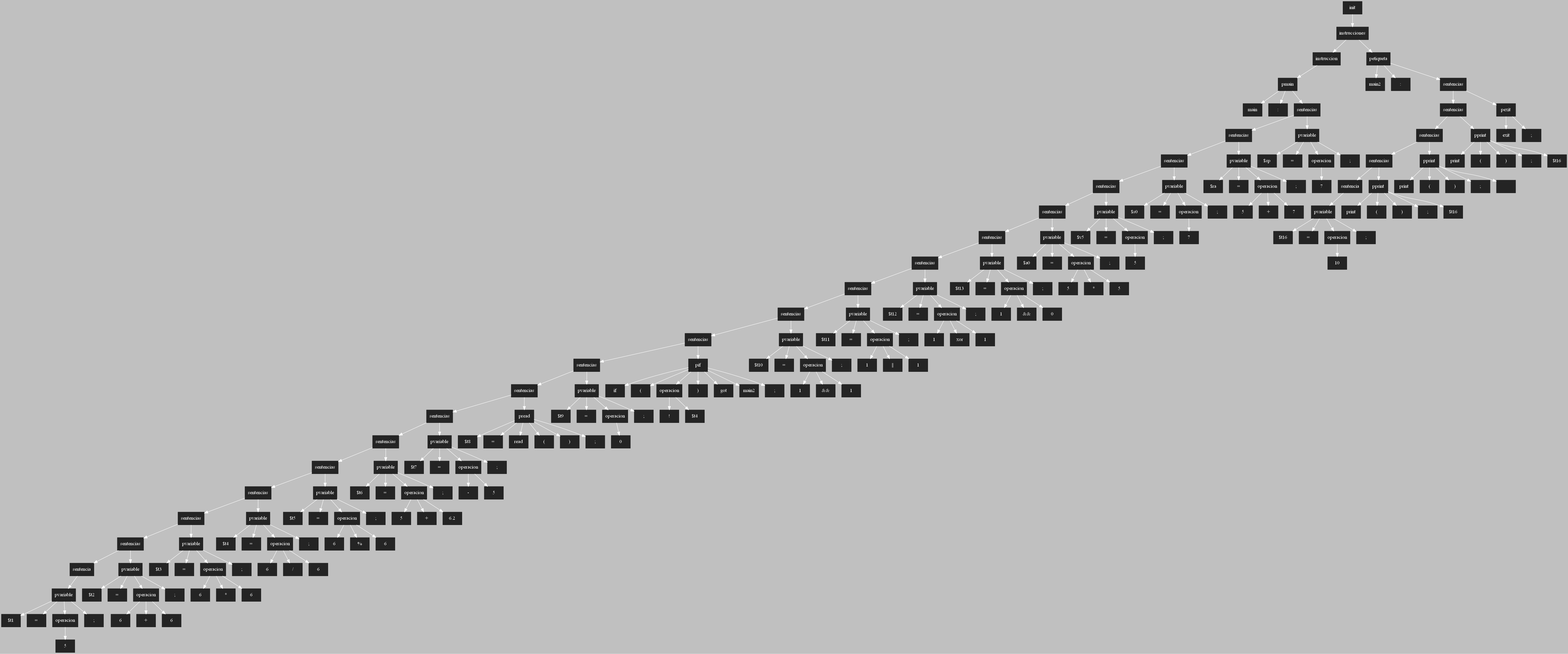
AndreeAvalos/OLC2-AUGUS keeps this Graphviz diagram as ASPAscendente.png. Above is the earlier version. Its source is kept beside it as ASPAscendente.dot.
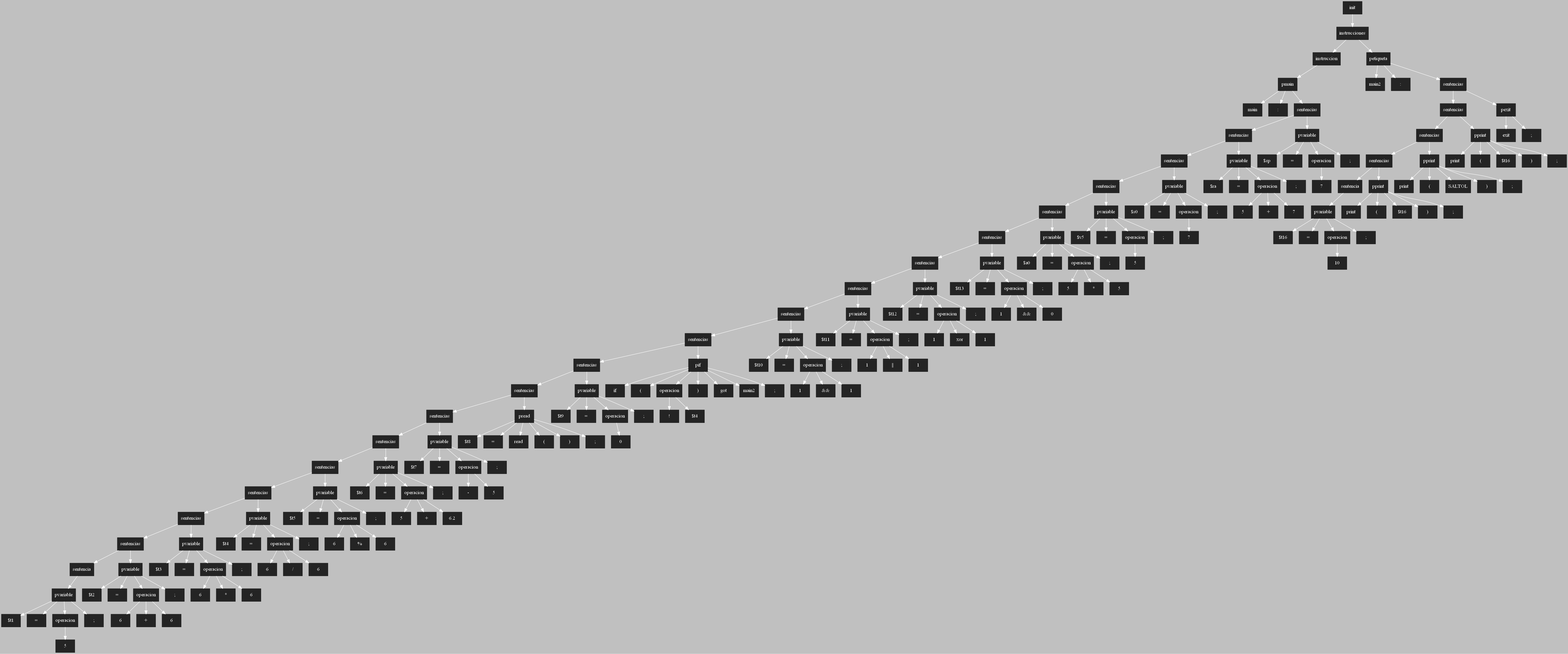
After the change.

What changed in the source:
```diff
@@ -3,408 +3,408 @@
  [shape=box, style=filled, color=gray14]
  rankdir=UD
  edge[color=white, dir=fordware]
-404[style = "filled" ; label = "init"]
-403[style = "filled" ; label = "instrucciones"]
-367[style = "filled" ; label = "instruccion"]
-364[style = "filled" ; label = "pmain"]
-365[style = "filled" ; label = "main"]
-366[style = "filled" ; label = ":"]
-363[style = "filled" ; label = "sentencias"]
-356[style = "filled" ; label = "sentencias"]
-347[style = "filled" ; label = "sentencias"]
-340[style = "filled" ; label = "sentencias"]
-333[style = "filled" ; label = "sentencias"]
-324[style = "filled" ; label = "sentencias"]
-315[style = "filled" ; label = "sentencias"]
-306[style = "filled" ; label = "sentencias"]
-297[style = "filled" ; label = "sentencias"]
-288[style = "filled" ; label = "sentencias"]
-277[style = "filled" ; label = "sentencias"]
-270[style = "filled" ; label = "sentencias"]
-262[style = "filled" ; label = "sentencias"]
-254[style = "filled" ; label = "sentencias"]
-245[style = "filled" ; label = "sentencias"]
-236[style = "filled" ; label = "sentencias"]
-227[style = "filled" ; label = "sentencias"]
-218[style = "filled" ; label = "sentencias"]
-209[style = "filled" ; label = "sentencia"]
-205[style = "filled" ; label = "pvariable"]
-206[style = "filled" ; label = "$t1"]
-207[style = "filled" ; label = "="]
-204[style = "filled" ; label = "operacion"]
-203[style = "filled" ; label = "5"]
-208[style = "filled" ; label = ";"]
-214[style = "filled" ; label = "pvariable"]
-215[style = "filled" ; label = "$t2"]
-216[style = "filled" ; label = "="]
-212[style = "filled" ; label = "operacion"]
-210[style = "filled" ; label = "6"]
-213[style = "filled" ; label = "+"]
-211[style = "filled" ; label = "6"]
-217[style = "filled" ; label = ";"]
-223[style = "filled" ; label = "pvariable"]
-224[style = "filled" ; label = "$t3"]
-225[style = "filled" ; label = "="]
-221[style = "filled" ; label = "operacion"]
-219[style = "filled" ; label = "6"]
-222[style = "filled" ; label = "*"]
-220[style = "filled" ; label = "6"]
-226[style = "filled" ; label = ";"]
-232[style = "filled" ; label = "pvariable"]
-233[style = "filled" ; label = "$t4"]
-234[style = "filled" ; label = "="]
-230[style = "filled" ; label = "operacion"]
-228[style = "filled" ; label = "6"]
-231[style = "filled" ; label = "/"]
-229[style = "filled" ; label = "6"]
-235[style = "filled" ; label = ";"]
-241[style = "filled" ; label = "pvariable"]
-242[style = "filled" ; label = "$t5"]
-243[style = "filled" ; label = "="]
-239[style = "filled" ; label = "operacion"]
-237[style = "filled" ; label = "6"]
-240[style = "filled" ; label = "%"]
-238[style = "filled" ; label = "6"]
-244[style = "filled" ; label = ";"]
-250[style = "filled" ; label = "pvariable"]
-251[style = "filled" ; label = "$t6"]
-252[style = "filled" ; label = "="]
-248[style = "filled" ; label = "operacion"]
-246[style = "filled" ; label = "5"]
-249[style = "filled" ; label = "+"]
-247[style = "filled" ; label = "6.2"]
-253[style = "filled" ; label = ";"]
-258[style = "filled" ; label = "pvariable"]
-259[style = "filled" ; label = "$t7"]
-260[style = "filled" ; label = "="]
-256[style = "filled" ; label = "operacion"]
-257[style = "filled" ; label = "-"]
-255[style = "filled" ; label = "5"]
-261[style = "filled" ; label = ";"]
-263[style = "filled" ; label = "pread"]
-264[style = "filled" ; label = "$t8"]
-265[style = "filled" ; label = "="]
-266[style = "filled" ; label = "read"]
-267[style = "filled" ; label = "("]
-268[style = "filled" ; label = ")"]
-269[style = "filled" ; label = ";"]
-273[style = "filled" ; label = "pvariable"]
-274[style = "filled" ; label = "$t9"]
-275[style = "filled" ; label = "="]
-272[style = "filled" ; label = "operacion"]
-271[style = "filled" ; label = "0"]
-276[style = "filled" ; label = ";"]
-281[style = "filled" ; label = "pif"]
-282[style = "filled" ; label = "if"]
-283[style = "filled" ; label = "("]
-279[style = "filled" ; label = "operacion"]
-280[style = "filled" ; label = "!"]
-278[style = "filled" ; label = "$t4"]
-284[style = "filled" ; label = ")"]
-285[style = "filled" ; label = "got"]
-286[style = "filled" ; label = "main2"]
-287[style = "filled" ; label = ";"]
-293[style = "filled" ; label = "pvariable"]
-294[style = "filled" ; label = "$t10"]
-295[style = "filled" ; label = "="]
-291[style = "filled" ; label = "operacion"]
-289[style = "filled" ; label = "1"]
-292[style = "filled" ; label = "&&"]
-290[style = "filled" ; label = "1"]
-296[style = "filled" ; label = ";"]
-302[style = "filled" ; label = "pvariable"]
-303[style = "filled" ; label = "$t11"]
-304[style = "filled" ; label = "="]
-300[style = "filled" ; label = "operacion"]
-298[style = "filled" ; label = "1"]
-301[style = "filled" ; label = "||"]
-299[style = "filled" ; label = "1"]
-305[style = "filled" ; label = ";"]
-311[style = "filled" ; label = "pvariable"]
-312[style = "filled" ; label = "$t12"]
-313[style = "filled" ; label = "="]
-309[style = "filled" ; label = "operacion"]
-307[style = "filled" ; label = "1"]
-310[style = "filled" ; label = "xor"]
-308[style = "filled" ; label = "1"]
-314[style = "filled" ; label = ";"]
-320[style = "filled" ; label = "pvariable"]
-321[style = "filled" ; label = "$t13"]
-322[style = "filled" ; label = "="]
-318[style = "filled" ; label = "operacion"]
-316[style = "filled" ; label = "1"]
-319[style = "filled" ; label = "&&"]
-317[style = "filled" ; label = "0"]
-323[style = "filled" ; label = ";"]
-329[style = "filled" ; label = "pvariable"]
-330[style = "filled" ; label = "$a0"]
-331[style = "filled" ; label = "="]
-327[style = "filled" ; label = "operacion"]
-325[style = "filled" ; label = "5"]
-328[style = "filled" ; label = "*"]
-326[style = "filled" ; label = "5"]
-332[style = "filled" ; label = ";"]
-336[style = "filled" ; label = "pvariable"]
-337[style = "filled" ; label = "$v5"]
-338[style = "filled" ; label = "="]
-335[style = "filled" ; label = "operacion"]
-334[style = "filled" ; label = "5"]
-339[style = "filled" ; label = ";"]
-343[style = "filled" ; label = "pvariable"]
-344[style = "filled" ; label = "$s0"]
-345[style = "filled" ; label = "="]
-342[style = "filled" ; label = "operacion"]
-341[style = "filled" ; label = "7"]
-346[style = "filled" ; label = ";"]
-352[style = "filled" ; label = "pvariable"]
-353[style = "filled" ; label = "$ra"]
-354[style = "filled" ; label = "="]
-350[style = "filled" ; label = "operacion"]
-348[style = "filled" ; label = "5"]
-351[style = "filled" ; label = "+"]
-349[style = "filled" ; label = "7"]
-355[style = "filled" ; label = ";"]
-359[style = "filled" ; label = "pvariable"]
-360[style = "filled" ; label = "$sp"]
-361[style = "filled" ; label = "="]
-358[style = "filled" ; label = "operacion"]
-357[style = "filled" ; label = "7"]
-362[style = "filled" ; label = ";"]
-400[style = "filled" ; label = "petiqueta"]
-401[style = "filled" ; label = "main2"]
-402[style = "filled" ; label = ":"]
-399[style = "filled" ; label = "sentencias"]
-395[style = "filled" ; label = "sentencias"]
-388[style = "filled" ; label = "sentencias"]
-381[style = "filled" ; label = "sentencias"]
-374[style = "filled" ; label = "sentencia"]
-370[style = "filled" ; label = "pvariable"]
-371[style = "filled" ; label = "$t16"]
-372[style = "filled" ; label = "="]
-369[style = "filled" ; label = "operacion"]
-368[style = "filled" ; label = "10"]
-373[style = "filled" ; label = ";"]
-375[style = "filled" ; label = "pprint"]
-376[style = "filled" ; label = "print"]
-377[style = "filled" ; label = "("]
-378[style = "filled" ; label = ")"]
-379[style = "filled" ; label = ";"]
-380[style = "filled" ; label = "$t16"]
-382[style = "filled" ; label = "pprint"]
-383[style = "filled" ; label = "print"]
-384[style = "filled" ; label = "("]
-385[style = "filled" ; label = ")"]
-386[style = "filled" ; label = ";"]
-387[style = "filled" ; label = "\n"]
-389[style = "filled" ; label = "pprint"]
-390[style = "filled" ; label = "print"]
-391[style = "filled" ; label = "("]
-392[style = "filled" ; label = ")"]
-393[style = "filled" ; label = ";"]
-394[style = "filled" ; label = "$t16"]
-396[style = "filled" ; label = "pexit"]
-397[style = "filled" ; label = "exit"]
-398[style = "filled" ; label = ";"]
-404->403;
-403->367;
-367->364;
-364->365;
-364->366;
-364->363;
-363->356;
-356->347;
-347->340;
-340->333;
-333->324;
-324->315;
-315->306;
-306->297;
-297->288;
-288->277;
-277->270;
-270->262;
-262->254;
-254->245;
-245->236;
-236->227;
-227->218;
-218->209;
-209->205;
-205->206;
-205->207;
-205->204;
-204->203;
-205->208;
-218->214;
-214->215;
-214->216;
-214->212;
-212->210;
-212->213;
-212->211;
-214->217;
-227->223;
-223->224;
-223->225;
-223->221;
-221->219;
-221->222;
-221->220;
-223->226;
-236->232;
-232->233;
-232->234;
-232->230;
-230->228;
-230->231;
-230->229;
-232->235;
-245->241;
-241->242;
-241->243;
-241->239;
-239->237;
-239->240;
-239->238;
-241->244;
-254->250;
-250->251;
-250->252;
-250->248;
-248->246;
-248->249;
-248->247;
-250->253;
-262->258;
-258->259;
-258->260;
-258->256;
-256->257;
-256->255;
-258->261;
-270->263;
-263->264;
-263->265;
-263->266;
-263->267;
-263->268;
-263->269;
-277->273;
-273->274;
-273->275;
-273->272;
-272->271;
-273->276;
-288->281;
-281->282;
-281->283;
-281->279;
-279->280;
-279->278;
-281->284;
-281->285;
-281->286;
-281->287;
-297->293;
-293->294;
-293->295;
-293->291;
-291->289;
-291->292;
-291->290;
-293->296;
-306->302;
-302->303;
-302->304;
-302->300;
-300->298;
-300->301;
-300->299;
-302->305;
-315->311;
-311->312;
-311->313;
-311->309;
-309->307;
-309->310;
-309->308;
-311->314;
-324->320;
-320->321;
-320->322;
-320->318;
-318->316;
-318->319;
-318->317;
-320->323;
-333->329;
-329->330;
-329->331;
-329->327;
-327->325;
-327->328;
-327->326;
-329->332;
-340->336;
-336->337;
-336->338;
-336->335;
-335->334;
-336->339;
-347->343;
-343->344;
-343->345;
-343->342;
-342->341;
-343->346;
-356->352;
-352->353;
-352->354;
-352->350;
-350->348;
-350->351;
-350->349;
-352->355;
-363->359;
-359->360;
-359->361;
-359->358;
-358->357;
-359->362;
-403->400;
-400->401;
-400->402;
-400->399;
-399->395;
-395->388;
-388->381;
-381->374;
-374->370;
-370->371;
-370->372;
-370->369;
-369->368;
-370->373;
-381->375;
-375->376;
-375->377;
-375->378;
-375->379;
-375->380;
-388->382;
-382->383;
-382->384;
-382->385;
-382->386;
-382->387;
-395->389;
-389->390;
-389->391;
-389->392;
-389->393;
-389->394;
-399->396;
-396->397;
-396->398;
+202[style = "filled" ; label = "init"]
+201[style = "filled" ; label = "instrucciones"]
+165[style = "filled" ; label = "instruccion"]
+162[style = "filled" ; label = "pmain"]
+163[style = "filled" ; label = "main"]
+164[style = "filled" ; label = ":"]
+161[style = "filled" ; label = "sentencias"]
+154[style = "filled" ; label = "sentencias"]
+145[style = "filled" ; label = "sentencias"]
+138[style = "filled" ; label = "sentencias"]
+131[style = "filled" ; label = "sentencias"]
+122[style = "filled" ; label = "sentencias"]
+113[style = "filled" ; label = "sentencias"]
+104[style = "filled" ; label = "sentencias"]
+95[style = "filled" ; label = "sentencias"]
+86[style = "filled" ; label = "sentencias"]
+75[style = "filled" ; label = "sentencias"]
+68[style = "filled" ; label = "sentencias"]
+60[style = "filled" ; label = "sentencias"]
+52[style = "filled" ; label = "sentencias"]
+43[style = "filled" ; label = "sentencias"]
+34[style = "filled" ; label = "sentencias"]
+25[style = "filled" ; label = "sentencias"]
+16[style = "filled" ; label = "sentencias"]
+7[style = "filled" ; label = "sentencia"]
+3[style = "filled" ; label = "pvariable"]
+4[style = "filled" ; label = "$t1"]
+5[style = "filled" ; label = "="]
+2[style = "filled" ; label = "operacion"]
+1[style = "filled" ; label = "5"]
+6[style = "filled" ; label = ";"]
+12[style = "filled" ; label = "pvariable"]
+13[style = "filled" ; label = "$t2"]
+14[style = "filled" ; label = "="]
+10[style = "filled" ; label = "operacion"]
+8[style = "filled" ; label = "6"]
+11[style = "filled" ; label = "+"]
+9[style = "filled" ; label = "6"]
+15[style = "filled" ; label = ";"]
+21[style = "filled" ; label = "pvariable"]
+22[style = "filled" ; label = "$t3"]
+23[style = "filled" ; label = "="]
+19[style = "filled" ; label = "operacion"]
+17[style = "filled" ; label = "6"]
+20[style = "filled" ; label = "*"]
+18[style = "filled" ; label = "6"]
+24[style = "filled" ; label = ";"]
+30[style = "filled" ; label = "pvariable"]
+31[style = "filled" ; label = "$t4"]
+32[style = "filled" ; label = "="]
+28[style = "filled" ; label = "operacion"]
+26[style = "filled" ; label = "6"]
+29[style = "filled" ; label = "/"]
+27[style = "filled" ; label = "6"]
+33[style = "filled" ; label = ";"]
+39[style = "filled" ; label = "pvariable"]
+40[style = "filled" ; label = "$t5"]
+41[style = "filled" ; label = "="]
+37[style = "filled" ; label = "operacion"]
+35[style = "filled" ; label = "6"]
+38[style = "filled" ; label = "%"]
+36[style = "filled" ; label = "6"]
+42[style = "filled" ; label = ";"]
+48[style = "filled" ; label = "pvariable"]
+49[style = "filled" ; label = "$t6"]
+50[style = "filled" ; label = "="]
+46[style = "filled" ; label = "operacion"]
+44[style = "filled" ; label = "5"]
+47[style = "filled" ; label = "+"]
+45[style = "filled" ; label = "6.2"]
+51[style = "filled" ; label = ";"]
+56[style = "filled" ; label = "pvariable"]
+57[style = "filled" ; label = "$t7"]
+58[style = "filled" ; label = "="]
+54[style = "filled" ; label = "operacion"]
+55[style = "filled" ; label = "-"]
+53[style = "filled" ; label = "5"]
+59[style = "filled" ; label = ";"]
+61[style = "filled" ; label = "pread"]
+62[style = "filled" ; label = "$t8"]
+63[style = "filled" ; label = "="]
+64[style = "filled" ; label = "read"]
+65[style = "filled" ; label = "("]
+66[style = "filled" ; label = ")"]
+67[style = "filled" ; label = ";"]
+71[style = "filled" ; label = "pvariable"]
+72[style = "filled" ; label = "$t9"]
+73[style = "filled" ; label = "="]
+70[style = "filled" ; label = "operacion"]
+69[style = "filled" ; label = "0"]
+74[style = "filled" ; label = ";"]
+79[style = "filled" ; label = "pif"]
+80[style = "filled" ; label = "if"]
+81[style = "filled" ; label = "("]
+77[style = "filled" ; label = "operacion"]
+78[style = "filled" ; label = "!"]
+76[style = "filled" ; label = "$t4"]
+82[style = "filled" ; label = ")"]
+83[style = "filled" ; label = "got"]
+84[style = "filled" ; label = "main2"]
+85[style = "filled" ; label = ";"]
+91[style = "filled" ; label = "pvariable"]
+92[style = "filled" ; label = "$t10"]
+93[style = "filled" ; label = "="]
+89[style = "filled" ; label = "operacion"]
+87[style = "filled" ; label = "1"]
+90[style = "filled" ; label = "&&"]
+88[style = "filled" ; label = "1"]
+94[style = "filled" ; label = ";"]
+100[style = "filled" ; label = "pvariable"]
+101[style = "filled" ; label = "$t11"]
+102[style = "filled" ; label = "="]
+98[style = "filled" ; label = "operacion"]
+96[style = "filled" ; label = "1"]
+99[style = "filled" ; label = "||"]
+97[style = "filled" ; label = "1"]
+103[style = "filled" ; label = ";"]
+109[style = "filled" ; label = "pvariable"]
+110[style = "filled" ; label = "$t12"]
+111[style = "filled" ; label = "="]
+107[style = "filled" ; label = "operacion"]
+105[style = "filled" ; label = "1"]
+108[style = "filled" ; label = "xor"]
+106[style = "filled" ; label = "1"]
+112[style = "filled" ; label = ";"]
+118[style = "filled" ; label = "pvariable"]
+119[style = "filled" ; label = "$t13"]
+120[style = "filled" ; label = "="]
+116[style = "filled" ; label = "operacion"]
+114[style = "filled" ; label = "1"]
+117[style = "filled" ; label = "&&"]
+115[style = "filled" ; label = "0"]
+121[style = "filled" ; label = ";"]
+127[style = "filled" ; label = "pvariable"]
+128[style = "filled" ; label = "$a0"]
+129[style = "filled" ; label = "="]
+125[style = "filled" ; label = "operacion"]
+123[style = "filled" ; label = "5"]
+126[style = "filled" ; label = "*"]
+124[style = "filled" ; label = "5"]
+130[style = "filled" ; label = ";"]
+134[style = "filled" ; label = "pvariable"]
+135[style = "filled" ; label = "$v5"]
+136[style = "filled" ; label = "="]
+133[style = "filled" ; label = "operacion"]
+132[style = "filled" ; label = "5"]
+137[style = "filled" ; label = ";"]
+141[style = "filled" ; label = "pvariable"]
+142[style = "filled" ; label = "$s0"]
+143[style = "filled" ; label = "="]
+140[style = "filled" ; label = "operacion"]
+139[style = "filled" ; label = "7"]
+144[style = "filled" ; label = ";"]
+150[style = "filled" ; label = "pvariable"]
+151[style = "filled" ; label = "$ra"]
+152[style = "filled" ; label = "="]
+148[style = "filled" ; label = "operacion"]
+146[style = "filled" ; label = "5"]
+149[style = "filled" ; label = "+"]
+147[style = "filled" ; label = "7"]
+153[style = "filled" ; label = ";"]
+157[style = "filled" ; label = "pvariable"]
+158[style = "filled" ; label = "$sp"]
+159[style = "filled" ; label = "="]
+156[style = "filled" ; label = "operacion"]
+155[style = "filled" ; label = "7"]
+160[style = "filled" ; label = ";"]
+198[style = "filled" ; label = "petiqueta"]
+199[style = "filled" ; label = "main2"]
+200[style = "filled" ; label = ":"]
+197[style = "filled" ; label = "sentencias"]
+193[style = "filled" ; label = "sentencias"]
+186[style = "filled" ; label = "sentencias"]
+179[style = "filled" ; label = "sentencias"]
+172[style = "filled" ; label = "sentencia"]
+168[style = "filled" ; label = "pvariable"]
+169[style = "filled" ; label = "$t16"]
+170[style = "filled" ; label = "="]
+167[style = "filled" ; label = "operacion"]
+166[style = "filled" ; label = "10"]
+171[style = "filled" ; label = ";"]
+173[style = "filled" ; label = "pprint"]
+174[style = "filled" ; label = "print"]
+175[style = "filled" ; label = "("]
+176[style = "filled" ; label = "$t16"]
+177[style = "filled" ; label = ")"]
+178[style = "filled" ; label = ";"]
+180[style = "filled" ; label = "pprint"]
+181[style = "filled" ; label = "print"]
+182[style = "filled" ; label = "("]
+183[style = "filled" ; label = "SALTOL"]
+184[style = "filled" ; label = ")"]
+185[style = "filled" ; label = ";"]
+187[style = "filled" ; label = "pprint"]
+188[style = "filled" ; label = "print"]
+189[style = "filled" ; label = "("]
+190[style = "filled" ; label = "$t16"]
+191[style = "filled" ; label = ")"]
+192[style = "filled" ; label = ";"]
+194[style = "filled" ; label = "pexit"]
+195[style = "filled" ; label = "exit"]
+196[style = "filled" ; label = ";"]
+202->201;
+201->165;
+165->162;
+162->163;
+162->164;
+162->161;
+161->154;
+154->145;
+145->138;
+138->131;
+131->122;
+122->113;
+113->104;
+104->95;
+95->86;
+86->75;
+75->68;
+68->60;
+60->52;
+52->43;
+43->34;
+34->25;
+25->16;
+16->7;
+7->3;
+3->4;
+3->5;
+3->2;
+2->1;
+3->6;
+16->12;
+12->13;
+12->14;
+12->10;
+10->8;
+10->11;
+10->9;
+12->15;
+25->21;
+21->22;
+21->23;
+21->19;
+19->17;
+19->20;
+19->18;
+21->24;
+34->30;
+30->31;
+30->32;
+30->28;
+28->26;
+28->29;
+28->27;
+30->33;
+43->39;
+39->40;
+39->41;
+39->37;
+37->35;
+37->38;
+37->36;
+39->42;
+52->48;
+48->49;
+48->50;
+48->46;
+46->44;
+46->47;
+46->45;
+48->51;
+60->56;
+56->57;
+56->58;
+56->54;
+54->55;
+54->53;
+56->59;
+68->61;
+61->62;
+61->63;
+61->64;
+61->65;
+61->66;
+61->67;
+75->71;
+71->72;
+71->73;
+71->70;
+70->69;
+71->74;
+86->79;
+79->80;
+79->81;
+79->77;
+77->78;
+77->76;
+79->82;
+79->83;
+79->84;
+79->85;
+95->91;
+91->92;
+91->93;
+91->89;
+89->87;
+89->90;
+89->88;
+91->94;
+104->100;
+100->101;
+100->102;
+100->98;
+98->96;
+98->99;
+98->97;
+100->103;
+113->109;
+109->110;
+109->111;
+109->107;
+107->105;
+107->108;
+107->106;
+109->112;
+122->118;
+118->119;
+118->120;
+118->116;
+116->114;
+116->117;
+116->115;
+118->121;
+131->127;
+127->128;
+127->129;
+127->125;
+125->123;
+125->126;
+125->124;
+127->130;
+138->134;
+134->135;
+134->136;
+134->133;
+133->132;
+134->137;
+145->141;
+141->142;
+141->143;
+141->140;
+140->139;
+141->144;
+154->150;
+150->151;
+150->152;
+150->148;
+148->146;
+148->149;
+148->147;
+150->153;
+161->157;
+157->158;
+157->159;
+157->156;
+156->155;
+157->160;
+201->198;
+198->199;
+198->200;
+198->197;
+197->193;
+193->186;
+186->179;
+179->172;
+172->168;
+168->169;
+168->170;
+168->167;
+167->166;
+168->171;
+179->173;
+173->174;
+173->175;
+173->176;
+173->177;
+173->178;
+186->180;
+180->181;
+180->182;
+180->183;
+180->184;
+180->185;
+193->187;
+187->188;
+187->189;
+187->190;
+187->191;
+187->192;
+197->194;
+194->195;
+194->196;
 
 }
```
